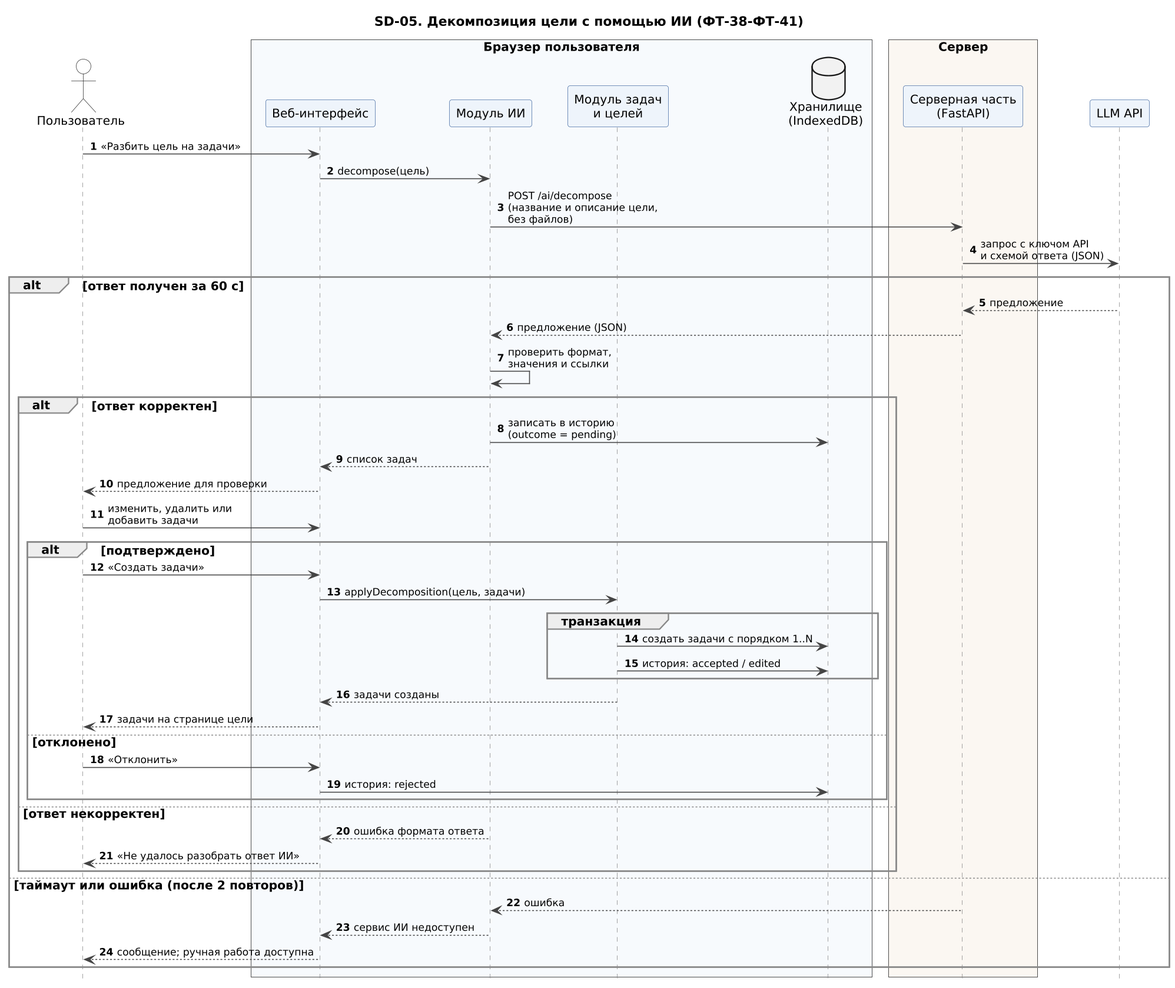
Above: docs/uml/png/SD-05_dekompoziciya.png in freez044/kpo_project (PlantUML), before the change. Its diagram source:
```plantuml
@startuml SD-05_dekompoziciya
!include seqhead.iuml
title SD-05. Декомпозиция цели с помощью ИИ (ФТ-38-ФТ-41)
actor "Пользователь" as U
box "Браузер пользователя" #F7FAFD
participant "Веб-интерфейс" as UI
participant "Модуль ИИ" as AI
participant "Модуль задач\nи целей" as TM
database "Хранилище\n(IndexedDB)" as DB
end box
box "Сервер" #FBF7F2
participant "Серверная часть\n(FastAPI)" as SRV
end box
participant "LLM API" as LLM

U -> UI : «Разбить цель на задачи»
UI -> AI : decompose(цель)
AI -> SRV : POST /ai/decompose\n(название и описание цели,\nбез файлов)
SRV -> LLM : запрос с ключом API\nи схемой ответа (JSON)
alt ответ получен за 60 с
  LLM --> SRV : предложение
  SRV --> AI : предложение (JSON)
  AI -> AI : проверить формат,\nзначения и ссылки
  alt ответ корректен
    AI -> DB : записать в историю\n(outcome = pending)
    AI --> UI : список задач
    UI --> U : предложение для проверки
    U -> UI : изменить, удалить или\nдобавить задачи
    alt подтверждено
      U -> UI : «Создать задачи»
      UI -> TM : applyDecomposition(цель, задачи)
      group транзакция
        TM -> DB : создать задачи с порядком 1..N
        TM -> DB : история: accepted / edited
      end
      TM --> UI : задачи созданы
      UI --> U : задачи на странице цели
    else отклонено
      U -> UI : «Отклонить»
      UI -> DB : история: rejected
    end
  else ответ некорректен
    AI --> UI : ошибка формата ответа
    UI --> U : «Не удалось разобрать ответ ИИ»
  end
else таймаут или ошибка (после 2 повторов)
  SRV --> AI : ошибка
  AI --> UI : сервис ИИ недоступен
  UI --> U : сообщение; ручная работа доступна
end
@enduml
```
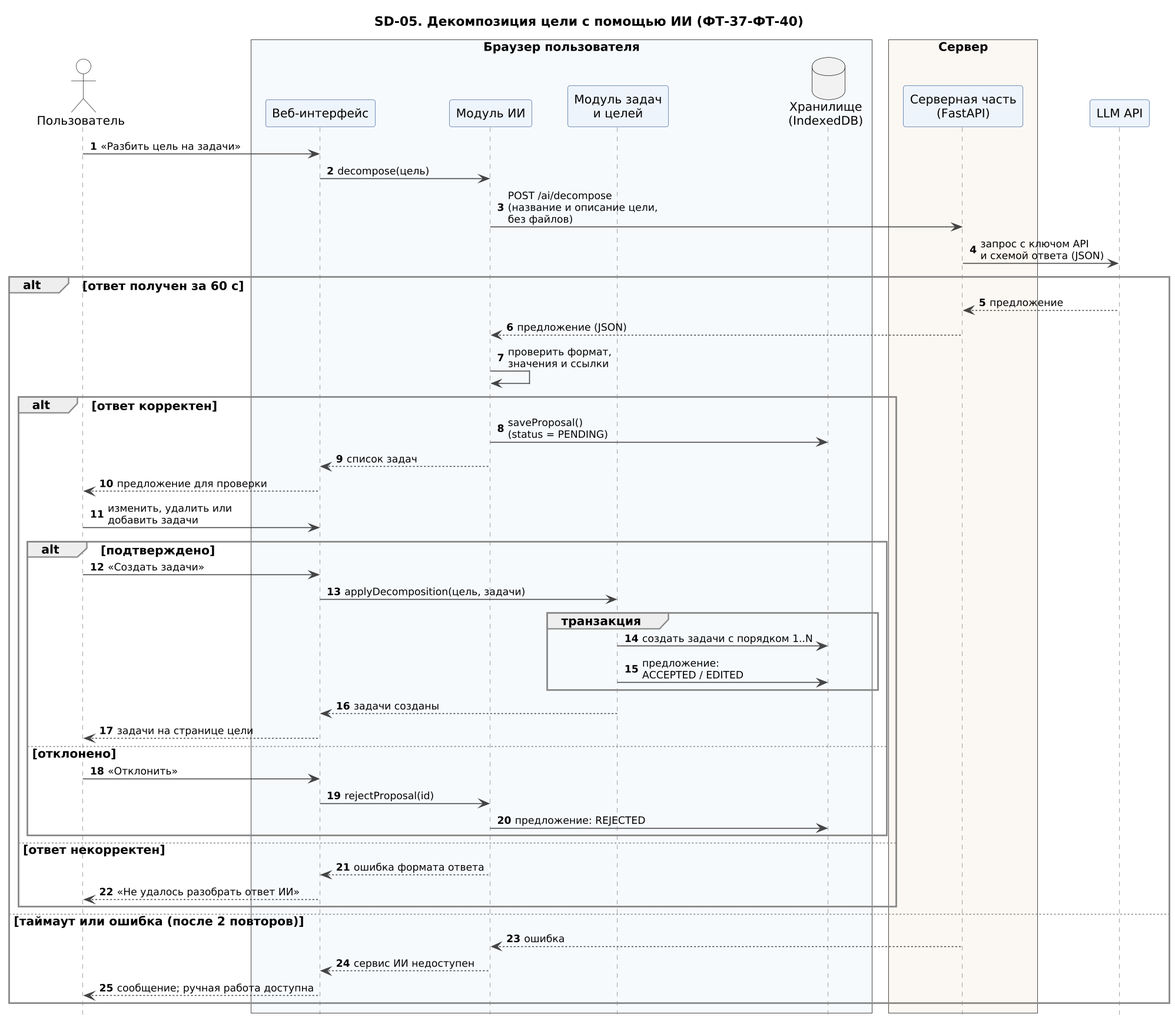
Above is the later version.

What changed in the source:
```diff
@@ -1,6 +1,6 @@
 @startuml SD-05_dekompoziciya
 !include seqhead.iuml
-title SD-05. Декомпозиция цели с помощью ИИ (ФТ-38-ФТ-41)
+title SD-05. Декомпозиция цели с помощью ИИ (ФТ-37-ФТ-40)
 actor "Пользователь" as U
 box "Браузер пользователя" #F7FAFD
 participant "Веб-интерфейс" as UI
@@ -22,7 +22,7 @@
   SRV --> AI : предложение (JSON)
   AI -> AI : проверить формат,\nзначения и ссылки
   alt ответ корректен
-    AI -> DB : записать в историю\n(outcome = pending)
+    AI -> DB : saveProposal()\n(status = PENDING)
     AI --> UI : список задач
     UI --> U : предложение для проверки
     U -> UI : изменить, удалить или\nдобавить задачи
@@ -31,13 +31,14 @@
       UI -> TM : applyDecomposition(цель, задачи)
       group транзакция
         TM -> DB : создать задачи с порядком 1..N
-        TM -> DB : история: accepted / edited
+        TM -> DB : предложение:\nACCEPTED / EDITED
       end
       TM --> UI : задачи созданы
       UI --> U : задачи на странице цели
     else отклонено
       U -> UI : «Отклонить»
-      UI -> DB : история: rejected
+      UI -> AI : rejectProposal(id)
+      AI -> DB : предложение: REJECTED
     end
   else ответ некорректен
     AI --> UI : ошибка формата ответа
```
